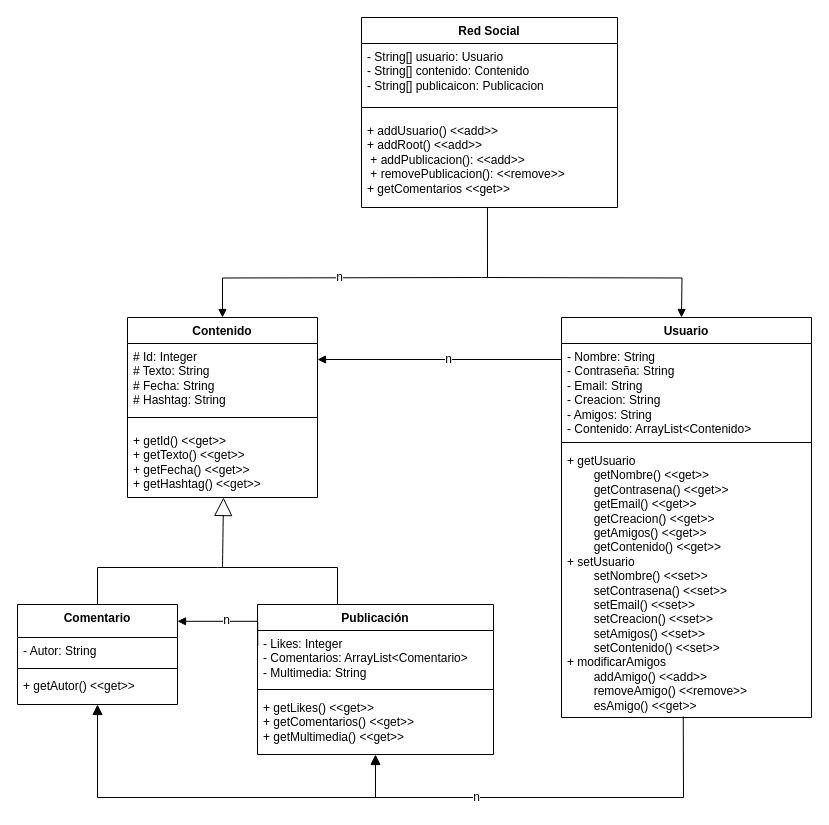
The draw.io diagram diag/dc.drawio in Kore29/Program-Whale, before the edit. Source tidied: cells renumbered, new cells numbered last; positions are measured from the earlier drawing's top-left corner, leaving out a move shared by most shapes. Both pictures are drawn from the tidied source at 100%, with x=0, y=0 at pixel (17, 17).
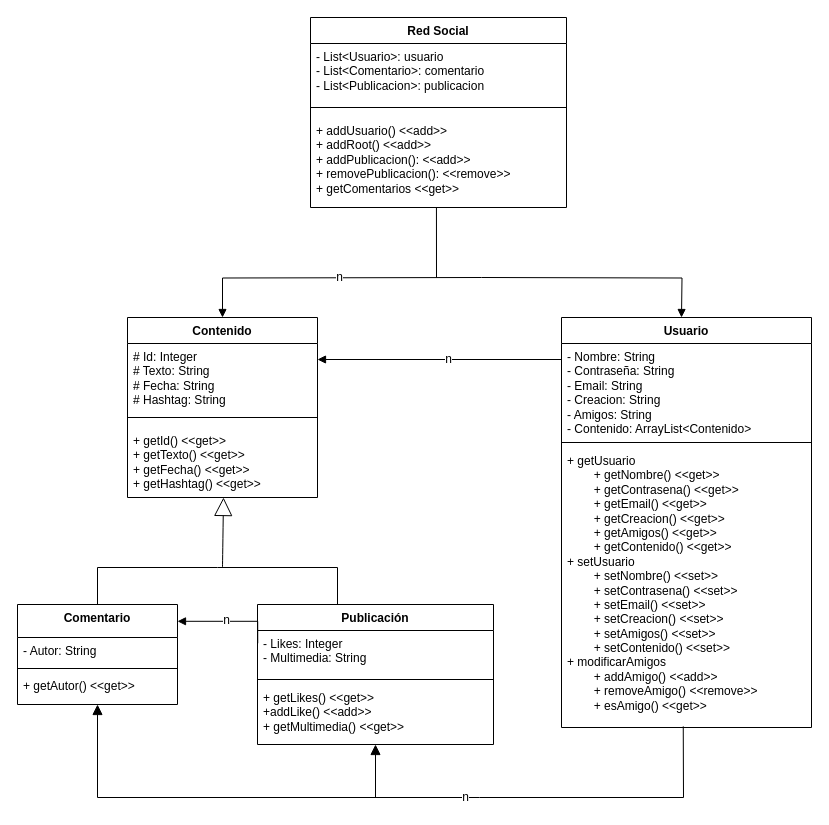
After the change.

What changed in the source:
```diff
@@
     <mxCell id="6" value="Red Social" style="swimlane;fontStyle=1;align=center;verticalAlign=top;horizontal=1;startSize=26;whiteSpace=wrap;html=1;" parent="1" vertex="1">
-      <mxGeometry x="344" width="256" height="190" as="geometry" />
+      <mxGeometry x="293" width="256" height="190" as="geometry" />
     </mxCell>
-    <mxCell id="7" value="&lt;div&gt;- String[] usuario: Usuario&lt;/div&gt;&lt;div&gt;- String[] contenido: Contenido&lt;/div&gt;&lt;div&gt;- String[] publicaicon: Publicacion&lt;/div&gt;" style="text;align=left;verticalAlign=top;spacingLeft=4;spacingRight=4;overflow=hidden;whiteSpace=wrap;html=1;" parent="6" vertex="1">
+    <mxCell id="7" value="&lt;div&gt;- List&amp;lt;Usuario&amp;gt;: usuario&lt;/div&gt;&lt;div&gt;- List&amp;lt;Comentario&amp;gt;: comentario&lt;/div&gt;&lt;div&gt;- List&amp;lt;Publicacion&amp;gt;: publicacion&lt;/div&gt;" style="text;align=left;verticalAlign=top;spacingLeft=4;spacingRight=4;overflow=hidden;whiteSpace=wrap;html=1;" parent="6" vertex="1">
       <mxGeometry y="26" width="256" height="54" as="geometry" />
     </mxCell>
@@
-    <mxCell id="9" value="&lt;div&gt;+ addUsuario()&amp;nbsp;&lt;span style=&quot;background-color: transparent; color: light-dark(rgb(0, 0, 0), rgb(255, 255, 255));&quot;&gt;&amp;lt;&amp;lt;add&amp;gt;&amp;gt;&lt;/span&gt;&lt;/div&gt;&lt;div&gt;+ addRoot()&amp;nbsp;&lt;span style=&quot;background-color: transparent; color: light-dark(rgb(0, 0, 0), rgb(255, 255, 255));&quot;&gt;&amp;lt;&amp;lt;add&amp;gt;&amp;gt;&lt;/span&gt;&lt;/div&gt;&lt;div&gt;&amp;nbsp;+ addPublicacion(): &amp;lt;&amp;lt;add&amp;gt;&amp;gt;&lt;br style=&quot;padding: 0px; margin: 0px;&quot;&gt;&amp;nbsp;+ removePublicacion(): &amp;lt;&amp;lt;remove&amp;gt;&amp;gt;&lt;/div&gt;&lt;div&gt;+ getComentarios &amp;lt;&amp;lt;get&amp;gt;&amp;gt;&lt;/div&gt;" style="text;align=left;verticalAlign=top;spacingLeft=4;spacingRight=4;overflow=hidden;points=[[0,0.5],[1,0.5]];portConstraint=eastwest;whiteSpace=wrap;html=1;" parent="6" vertex="1">
+    <mxCell id="9" value="&lt;div&gt;+ addUsuario()&amp;nbsp;&lt;span style=&quot;background-color: transparent; color: light-dark(rgb(0, 0, 0), rgb(255, 255, 255));&quot;&gt;&amp;lt;&amp;lt;add&amp;gt;&amp;gt;&lt;/span&gt;&lt;/div&gt;&lt;div&gt;+ addRoot()&amp;nbsp;&lt;span style=&quot;background-color: transparent; color: light-dark(rgb(0, 0, 0), rgb(255, 255, 255));&quot;&gt;&amp;lt;&amp;lt;add&amp;gt;&amp;gt;&lt;/span&gt;&lt;/div&gt;&lt;div&gt;+ addPublicacion(): &amp;lt;&amp;lt;add&amp;gt;&amp;gt;&lt;br style=&quot;padding: 0px; margin: 0px;&quot;&gt;+ removePublicacion(): &amp;lt;&amp;lt;remove&amp;gt;&amp;gt;&lt;/div&gt;&lt;div&gt;+ getComentarios &amp;lt;&amp;lt;get&amp;gt;&amp;gt;&lt;/div&gt;" style="text;align=left;verticalAlign=top;spacingLeft=4;spacingRight=4;overflow=hidden;points=[[0,0.5],[1,0.5]];portConstraint=eastwest;whiteSpace=wrap;html=1;" parent="6" vertex="1">
       <mxGeometry y="100" width="256" height="90" as="geometry" />
     </mxCell>
     <mxCell id="10" value="Usuario" style="swimlane;fontStyle=1;align=center;verticalAlign=top;horizontal=1;startSize=26;whiteSpace=wrap;html=1;" parent="1" vertex="1">
-      <mxGeometry x="544" y="300" width="250" height="400" as="geometry" />
+      <mxGeometry x="544" y="300" width="250" height="410" as="geometry" />
     </mxCell>
@@
-    <mxCell id="13" value="&lt;div&gt;+ getUsuario&lt;/div&gt;&lt;div&gt;&lt;span style=&quot;white-space: pre;&quot;&gt;&#9;&lt;/span&gt;&lt;span style=&quot;background-color: transparent;&quot;&gt;getNombre()&amp;nbsp;&lt;/span&gt;&lt;span style=&quot;background-color: transparent; color: light-dark(rgb(0, 0, 0), rgb(255, 255, 255));&quot;&gt;&amp;lt;&amp;lt;get&amp;gt;&amp;gt;&lt;/span&gt;&lt;br&gt;&lt;/div&gt;&lt;div&gt;&lt;span style=&quot;background-color: transparent;&quot;&gt;&lt;span style=&quot;white-space: pre;&quot;&gt;&#9;&lt;/span&gt;&lt;/span&gt;&lt;span style=&quot;background-color: transparent;&quot;&gt;getContrasena()&amp;nbsp;&lt;/span&gt;&lt;span style=&quot;background-color: transparent; color: light-dark(rgb(0, 0, 0), rgb(255, 255, 255));&quot;&gt;&amp;lt;&amp;lt;get&amp;gt;&amp;gt;&lt;/span&gt;&lt;/div&gt;&lt;div&gt;&lt;span style=&quot;background-color: transparent; color: light-dark(rgb(0, 0, 0), rgb(255, 255, 255));&quot;&gt;&lt;span style=&quot;white-space: pre;&quot;&gt;&#9;&lt;/span&gt;getEmail()&amp;nbsp;&lt;/span&gt;&lt;span style=&quot;background-color: transparent; color: light-dark(rgb(0, 0, 0), rgb(255, 255, 255));&quot;&gt;&amp;lt;&amp;lt;get&amp;gt;&amp;gt;&lt;/span&gt;&lt;/div&gt;&lt;div&gt;&lt;span style=&quot;background-color: transparent; color: light-dark(rgb(0, 0, 0), rgb(255, 255, 255));&quot;&gt;&lt;span style=&quot;white-space: pre;&quot;&gt;&#9;&lt;/span&gt;getCreacion()&amp;nbsp;&lt;/span&gt;&lt;span style=&quot;background-color: transparent; color: light-dark(rgb(0, 0, 0), rgb(255, 255, 255));&quot;&gt;&amp;lt;&amp;lt;get&amp;gt;&amp;gt;&lt;/span&gt;&lt;/div&gt;&lt;div&gt;&lt;span style=&quot;background-color: transparent; color: light-dark(rgb(0, 0, 0), rgb(255, 255, 255));&quot;&gt;&lt;span style=&quot;white-space: pre;&quot;&gt;&#9;&lt;/span&gt;getAmigos()&amp;nbsp;&lt;/span&gt;&lt;span style=&quot;background-color: transparent; color: light-dark(rgb(0, 0, 0), rgb(255, 255, 255));&quot;&gt;&amp;lt;&amp;lt;get&amp;gt;&amp;gt;&lt;/span&gt;&lt;/div&gt;&lt;div&gt;&lt;span style=&quot;background-color: transparent; color: light-dark(rgb(0, 0, 0), rgb(255, 255, 255));&quot;&gt;&lt;span style=&quot;white-space: pre;&quot;&gt;&#9;&lt;/span&gt;getContenido()&amp;nbsp;&lt;/span&gt;&lt;span style=&quot;background-color: transparent; color: light-dark(rgb(0, 0, 0), rgb(255, 255, 255));&quot;&gt;&amp;lt;&amp;lt;get&amp;gt;&amp;gt;&lt;/span&gt;&lt;/div&gt;&lt;div&gt;+ setUsuario&lt;/div&gt;&lt;div&gt;&lt;div&gt;&lt;span style=&quot;background-color: transparent;&quot;&gt;&lt;span style=&quot;white-space: pre;&quot;&gt;&#9;&lt;/span&gt;setNombre()&amp;nbsp;&lt;/span&gt;&lt;span style=&quot;background-color: transparent; color: light-dark(rgb(0, 0, 0), rgb(255, 255, 255));&quot;&gt;&amp;lt;&amp;lt;set&amp;gt;&amp;gt;&lt;/span&gt;&lt;br&gt;&lt;/div&gt;&lt;div&gt;&lt;span style=&quot;background-color: transparent;&quot;&gt;&lt;span style=&quot;white-space: pre;&quot;&gt;&#9;&lt;/span&gt;s&lt;/span&gt;&lt;span style=&quot;background-color: transparent;&quot;&gt;etContrasena()&amp;nbsp;&lt;/span&gt;&lt;span style=&quot;background-color: transparent; color: light-dark(rgb(0, 0, 0), rgb(255, 255, 255));&quot;&gt;&amp;lt;&amp;lt;set&amp;gt;&amp;gt;&lt;/span&gt;&lt;/div&gt;&lt;div&gt;&lt;span style=&quot;background-color: transparent; color: light-dark(rgb(0, 0, 0), rgb(255, 255, 255));&quot;&gt;&lt;span style=&quot;white-space: pre;&quot;&gt;&#9;&lt;/span&gt;setEmail()&amp;nbsp;&lt;/span&gt;&lt;span style=&quot;background-color: transparent; color: light-dark(rgb(0, 0, 0), rgb(255, 255, 255));&quot;&gt;&amp;lt;&amp;lt;set&amp;gt;&amp;gt;&lt;/span&gt;&lt;/div&gt;&lt;div&gt;&lt;span style=&quot;background-color: transparent; color: light-dark(rgb(0, 0, 0), rgb(255, 255, 255));&quot;&gt;&lt;span style=&quot;white-space: pre;&quot;&gt;&#9;&lt;/span&gt;setCreacion()&amp;nbsp;&lt;/span&gt;&lt;span style=&quot;background-color: transparent; color: light-dark(rgb(0, 0, 0), rgb(255, 255, 255));&quot;&gt;&amp;lt;&amp;lt;set&amp;gt;&amp;gt;&lt;/span&gt;&lt;/div&gt;&lt;div&gt;&lt;span style=&quot;background-color: transparent; color: light-dark(rgb(0, 0, 0), rgb(255, 255, 255));&quot;&gt;&lt;span style=&quot;white-space: pre;&quot;&gt;&#9;&lt;/span&gt;setAmigos()&amp;nbsp;&lt;/span&gt;&lt;span style=&quot;background-color: transparent; color: light-dark(rgb(0, 0, 0), rgb(255, 255, 255));&quot;&gt;&amp;lt;&amp;lt;set&amp;gt;&amp;gt;&lt;/span&gt;&lt;/div&gt;&lt;div&gt;&lt;span style=&quot;background-color: transparent; color: light-dark(rgb(0, 0, 0), rgb(255, 255, 255));&quot;&gt;&lt;span style=&quot;white-space: pre;&quot;&gt;&#9;&lt;/span&gt;setContenido()&amp;nbsp;&lt;/span&gt;&lt;span style=&quot;background-color: transparent; color: light-dark(rgb(0, 0, 0), rgb(255, 255, 255));&quot;&gt;&amp;lt;&amp;lt;set&amp;gt;&amp;gt;&lt;/span&gt;&lt;/div&gt;&lt;/div&gt;&lt;div&gt;+ modificarAmigos&amp;nbsp;&lt;/div&gt;&lt;div&gt;&lt;span style=&quot;white-space: pre;&quot;&gt;&#9;&lt;/span&gt;addAmigo()&amp;nbsp;&lt;span style=&quot;background-color: transparent; color: light-dark(rgb(0, 0, 0), rgb(255, 255, 255));&quot;&gt;&amp;lt;&amp;lt;add&amp;gt;&amp;gt;&lt;/span&gt;&lt;/div&gt;&lt;div&gt;&lt;span style=&quot;white-space: pre;&quot;&gt;&#9;&lt;/span&gt;removeAmigo()&amp;nbsp;&lt;span style=&quot;background-color: transparent; color: light-dark(rgb(0, 0, 0), rgb(255, 255, 255));&quot;&gt;&amp;lt;&amp;lt;remove&amp;gt;&amp;gt;&lt;/span&gt;&lt;/div&gt;&lt;div&gt;&lt;span style=&quot;white-space: pre;&quot;&gt;&#9;&lt;/span&gt;esAmigo() &amp;lt;&amp;lt;get&amp;gt;&amp;gt;&lt;/div&gt;" style="text;strokeColor=none;fillColor=none;align=left;verticalAlign=top;spacingLeft=4;spacingRight=4;overflow=hidden;points=[[0,0.5],[1,0.5]];portConstraint=eastwest;whiteSpace=wrap;html=1;" parent="10" vertex="1">
-      <mxGeometry y="130" width="250" height="270" as="geometry" />
+    <mxCell id="13" value="&lt;div&gt;+ getUsuario&lt;/div&gt;&lt;div&gt;&lt;span style=&quot;white-space: pre;&quot;&gt;&#9;&lt;/span&gt;+&amp;nbsp;&lt;span style=&quot;background-color: transparent;&quot;&gt;getNombre()&amp;nbsp;&lt;/span&gt;&lt;span style=&quot;background-color: transparent; color: light-dark(rgb(0, 0, 0), rgb(255, 255, 255));&quot;&gt;&amp;lt;&amp;lt;get&amp;gt;&amp;gt;&lt;/span&gt;&lt;br&gt;&lt;/div&gt;&lt;div&gt;&lt;span style=&quot;background-color: transparent;&quot;&gt;&lt;span style=&quot;white-space: pre;&quot;&gt;&#9;&lt;/span&gt;+&amp;nbsp;&lt;/span&gt;&lt;span style=&quot;background-color: transparent;&quot;&gt;getContrasena()&amp;nbsp;&lt;/span&gt;&lt;span style=&quot;background-color: transparent; color: light-dark(rgb(0, 0, 0), rgb(255, 255, 255));&quot;&gt;&amp;lt;&amp;lt;get&amp;gt;&amp;gt;&lt;/span&gt;&lt;/div&gt;&lt;div&gt;&lt;span style=&quot;background-color: transparent; color: light-dark(rgb(0, 0, 0), rgb(255, 255, 255));&quot;&gt;&lt;span style=&quot;white-space: pre;&quot;&gt;&#9;&lt;/span&gt;+ getEmail()&amp;nbsp;&lt;/span&gt;&lt;span style=&quot;background-color: transparent; color: light-dark(rgb(0, 0, 0), rgb(255, 255, 255));&quot;&gt;&amp;lt;&amp;lt;get&amp;gt;&amp;gt;&lt;/span&gt;&lt;/div&gt;&lt;div&gt;&lt;span style=&quot;background-color: transparent; color: light-dark(rgb(0, 0, 0), rgb(255, 255, 255));&quot;&gt;&lt;span style=&quot;white-space: pre;&quot;&gt;&#9;&lt;/span&gt;+ getCreacion()&amp;nbsp;&lt;/span&gt;&lt;span style=&quot;background-color: transparent; color: light-dark(rgb(0, 0, 0), rgb(255, 255, 255));&quot;&gt;&amp;lt;&amp;lt;get&amp;gt;&amp;gt;&lt;/span&gt;&lt;/div&gt;&lt;div&gt;&lt;span style=&quot;background-color: transparent; color: light-dark(rgb(0, 0, 0), rgb(255, 255, 255));&quot;&gt;&lt;span style=&quot;white-space: pre;&quot;&gt;&#9;&lt;/span&gt;+ getAmigos()&amp;nbsp;&lt;/span&gt;&lt;span style=&quot;background-color: transparent; color: light-dark(rgb(0, 0, 0), rgb(255, 255, 255));&quot;&gt;&amp;lt;&amp;lt;get&amp;gt;&amp;gt;&lt;/span&gt;&lt;/div&gt;&lt;div&gt;&lt;span style=&quot;background-color: transparent; color: light-dark(rgb(0, 0, 0), rgb(255, 255, 255));&quot;&gt;&lt;span style=&quot;white-space: pre;&quot;&gt;&#9;&lt;/span&gt;+ getContenido()&amp;nbsp;&lt;/span&gt;&lt;span style=&quot;background-color: transparent; color: light-dark(rgb(0, 0, 0), rgb(255, 255, 255));&quot;&gt;&amp;lt;&amp;lt;get&amp;gt;&amp;gt;&lt;/span&gt;&lt;/div&gt;&lt;div&gt;+ setUsuario&lt;/div&gt;&lt;div&gt;&lt;div&gt;&lt;span style=&quot;background-color: transparent;&quot;&gt;&lt;span style=&quot;white-space: pre;&quot;&gt;&#9;&lt;/span&gt;+ setNombre()&amp;nbsp;&lt;/span&gt;&lt;span style=&quot;background-color: transparent; color: light-dark(rgb(0, 0, 0), rgb(255, 255, 255));&quot;&gt;&amp;lt;&amp;lt;set&amp;gt;&amp;gt;&lt;/span&gt;&lt;br&gt;&lt;/div&gt;&lt;div&gt;&lt;span style=&quot;background-color: transparent;&quot;&gt;&lt;span style=&quot;white-space: pre;&quot;&gt;&#9;&lt;/span&gt;+ s&lt;/span&gt;&lt;span style=&quot;background-color: transparent;&quot;&gt;etContrasena()&amp;nbsp;&lt;/span&gt;&lt;span style=&quot;background-color: transparent; color: light-dark(rgb(0, 0, 0), rgb(255, 255, 255));&quot;&gt;&amp;lt;&amp;lt;set&amp;gt;&amp;gt;&lt;/span&gt;&lt;/div&gt;&lt;div&gt;&lt;span style=&quot;background-color: transparent; color: light-dark(rgb(0, 0, 0), rgb(255, 255, 255));&quot;&gt;&lt;span style=&quot;white-space: pre;&quot;&gt;&#9;&lt;/span&gt;+ setEmail()&amp;nbsp;&lt;/span&gt;&lt;span style=&quot;background-color: transparent; color: light-dark(rgb(0, 0, 0), rgb(255, 255, 255));&quot;&gt;&amp;lt;&amp;lt;set&amp;gt;&amp;gt;&lt;/span&gt;&lt;/div&gt;&lt;div&gt;&lt;span style=&quot;background-color: transparent; color: light-dark(rgb(0, 0, 0), rgb(255, 255, 255));&quot;&gt;&lt;span style=&quot;white-space: pre;&quot;&gt;&#9;&lt;/span&gt;+ setCreacion()&amp;nbsp;&lt;/span&gt;&lt;span style=&quot;background-color: transparent; color: light-dark(rgb(0, 0, 0), rgb(255, 255, 255));&quot;&gt;&amp;lt;&amp;lt;set&amp;gt;&amp;gt;&lt;/span&gt;&lt;/div&gt;&lt;div&gt;&lt;span style=&quot;background-color: transparent; color: light-dark(rgb(0, 0, 0), rgb(255, 255, 255));&quot;&gt;&lt;span style=&quot;white-space: pre;&quot;&gt;&#9;&lt;/span&gt;+ setAmigos()&amp;nbsp;&lt;/span&gt;&lt;span style=&quot;background-color: transparent; color: light-dark(rgb(0, 0, 0), rgb(255, 255, 255));&quot;&gt;&amp;lt;&amp;lt;set&amp;gt;&amp;gt;&lt;/span&gt;&lt;/div&gt;&lt;div&gt;&lt;span style=&quot;background-color: transparent; color: light-dark(rgb(0, 0, 0), rgb(255, 255, 255));&quot;&gt;&lt;span style=&quot;white-space: pre;&quot;&gt;&#9;&lt;/span&gt;+ setContenido()&amp;nbsp;&lt;/span&gt;&lt;span style=&quot;background-color: transparent; color: light-dark(rgb(0, 0, 0), rgb(255, 255, 255));&quot;&gt;&amp;lt;&amp;lt;set&amp;gt;&amp;gt;&lt;/span&gt;&lt;/div&gt;&lt;/div&gt;&lt;div&gt;+ modificarAmigos&amp;nbsp;&lt;/div&gt;&lt;div&gt;&lt;span style=&quot;white-space: pre;&quot;&gt;&#9;&lt;/span&gt;+ addAmigo()&amp;nbsp;&lt;span style=&quot;background-color: transparent; color: light-dark(rgb(0, 0, 0), rgb(255, 255, 255));&quot;&gt;&amp;lt;&amp;lt;add&amp;gt;&amp;gt;&lt;/span&gt;&lt;/div&gt;&lt;div&gt;&lt;span style=&quot;white-space: pre;&quot;&gt;&#9;&lt;/span&gt;+ removeAmigo()&amp;nbsp;&lt;span style=&quot;background-color: transparent; color: light-dark(rgb(0, 0, 0), rgb(255, 255, 255));&quot;&gt;&amp;lt;&amp;lt;remove&amp;gt;&amp;gt;&lt;/span&gt;&lt;/div&gt;&lt;div&gt;&lt;span style=&quot;white-space: pre;&quot;&gt;&#9;&lt;/span&gt;+ esAmigo() &amp;lt;&amp;lt;get&amp;gt;&amp;gt;&lt;/div&gt;" style="text;strokeColor=none;fillColor=none;align=left;verticalAlign=top;spacingLeft=4;spacingRight=4;overflow=hidden;points=[[0,0.5],[1,0.5]];portConstraint=eastwest;whiteSpace=wrap;html=1;" parent="10" vertex="1">
+      <mxGeometry y="130" width="250" height="280" as="geometry" />
     </mxCell>
@@
     <mxCell id="23" value="Publicación" style="swimlane;fontStyle=1;align=center;verticalAlign=top;horizontal=1;startSize=26;whiteSpace=wrap;html=1;" parent="1" vertex="1">
-      <mxGeometry x="240" y="587" width="236" height="150" as="geometry" />
+      <mxGeometry x="240" y="587" width="236" height="140" as="geometry" />
     </mxCell>
-    <mxCell id="24" value="&lt;div&gt;&lt;span style=&quot;background-color: transparent; color: light-dark(rgb(0, 0, 0), rgb(255, 255, 255));&quot;&gt;- Likes: Integer&lt;/span&gt;&lt;/div&gt;&lt;div&gt;&lt;span style=&quot;background-color: transparent; color: light-dark(rgb(0, 0, 0), rgb(255, 255, 255));&quot;&gt;- Comentarios: ArrayList&amp;lt;Comentario&amp;gt;&amp;nbsp;&lt;/span&gt;&lt;/div&gt;&lt;div&gt;&lt;span style=&quot;background-color: transparent; color: light-dark(rgb(0, 0, 0), rgb(255, 255, 255));&quot;&gt;- Multimedia: String&lt;/span&gt;&lt;/div&gt;" style="text;strokeColor=none;fillColor=none;align=left;verticalAlign=top;spacingLeft=4;spacingRight=4;overflow=hidden;whiteSpace=wrap;html=1;" parent="23" vertex="1">
-      <mxGeometry y="26" width="236" height="54" as="geometry" />
+    <mxCell id="24" value="&lt;div&gt;&lt;span style=&quot;background-color: transparent; color: light-dark(rgb(0, 0, 0), rgb(255, 255, 255));&quot;&gt;- Likes: Integer&lt;/span&gt;&lt;/div&gt;&lt;div&gt;&lt;span style=&quot;background-color: transparent; color: light-dark(rgb(0, 0, 0), rgb(255, 255, 255));&quot;&gt;- Multimedia: String&lt;/span&gt;&lt;/div&gt;" style="text;strokeColor=none;fillColor=none;align=left;verticalAlign=top;spacingLeft=4;spacingRight=4;overflow=hidden;whiteSpace=wrap;html=1;" parent="23" vertex="1">
+      <mxGeometry y="26" width="236" height="44" as="geometry" />
     </mxCell>
     <mxCell id="25" style="line;strokeWidth=1;fillColor=none;align=left;verticalAlign=middle;spacingTop=-1;spacingLeft=3;spacingRight=3;labelPosition=right;strokeColor=inherit;" parent="23" vertex="1">
-      <mxGeometry y="80" width="236" height="10" as="geometry" />
+      <mxGeometry y="70" width="236" height="10" as="geometry" />
     </mxCell>
-    <mxCell id="26" value="+ getLikes() &amp;lt;&amp;lt;get&amp;gt;&amp;gt;&lt;div&gt;+ getComentarios()&amp;nbsp;&lt;span style=&quot;background-color: transparent; color: light-dark(rgb(0, 0, 0), rgb(255, 255, 255));&quot;&gt;&amp;lt;&amp;lt;get&amp;gt;&amp;gt;&lt;/span&gt;&lt;/div&gt;&lt;div&gt;+ getMultimedia()&amp;nbsp;&lt;span style=&quot;background-color: transparent; color: light-dark(rgb(0, 0, 0), rgb(255, 255, 255));&quot;&gt;&amp;lt;&amp;lt;get&amp;gt;&amp;gt;&lt;/span&gt;&lt;/div&gt;" style="text;strokeColor=none;fillColor=none;align=left;verticalAlign=top;spacingLeft=4;spacingRight=4;overflow=hidden;whiteSpace=wrap;html=1;" parent="23" vertex="1">
-      <mxGeometry y="90" width="236" height="60" as="geometry" />
+    <mxCell id="26" value="+ getLikes() &amp;lt;&amp;lt;get&amp;gt;&amp;gt;&lt;div&gt;&lt;span style=&quot;background-color: transparent; color: light-dark(rgb(0, 0, 0), rgb(255, 255, 255));&quot;&gt;+addLike() &amp;lt;&amp;lt;add&amp;gt;&amp;gt;&lt;/span&gt;&lt;/div&gt;&lt;div&gt;&lt;span style=&quot;background-color: transparent; color: light-dark(rgb(0, 0, 0), rgb(255, 255, 255));&quot;&gt;+ getMultimedia()&amp;nbsp;&lt;/span&gt;&lt;span style=&quot;background-color: transparent; color: light-dark(rgb(0, 0, 0), rgb(255, 255, 255));&quot;&gt;&amp;lt;&amp;lt;get&amp;gt;&amp;gt;&lt;/span&gt;&lt;div&gt;&lt;br&gt;&lt;/div&gt;&lt;/div&gt;" style="text;strokeColor=none;fillColor=none;align=left;verticalAlign=top;spacingLeft=4;spacingRight=4;overflow=hidden;whiteSpace=wrap;html=1;" parent="23" vertex="1">
+      <mxGeometry y="80" width="236" height="60" as="geometry" />
     </mxCell>
@@
     <mxCell id="35" style="endArrow=none;html=1;rounded=0;entryX=0.492;entryY=1.003;entryDx=0;entryDy=0;entryPerimeter=0;" parent="1" edge="1" target="9">
       <mxGeometry relative="1" as="geometry">
-        <mxPoint x="470" y="260" as="sourcePoint" />
+        <mxPoint x="419" y="260" as="sourcePoint" />
       </mxGeometry>
     </mxCell>
```
